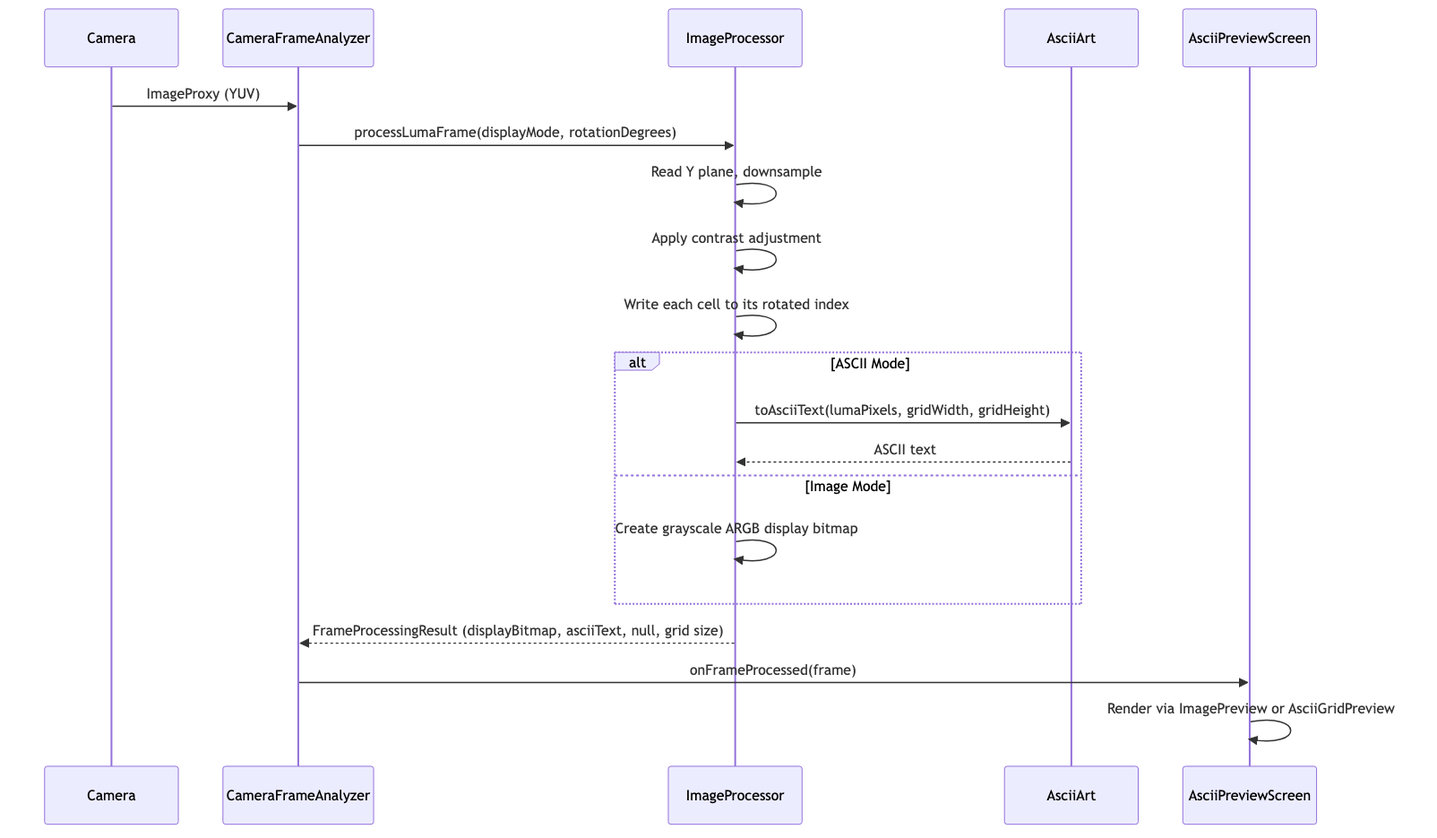
Before: docs/sequence-grayscale.png, a diagram exported from Mermaid (replicant1/AsciiArt). Its source is kept beside it as docs/sequence-grayscale.mmd.
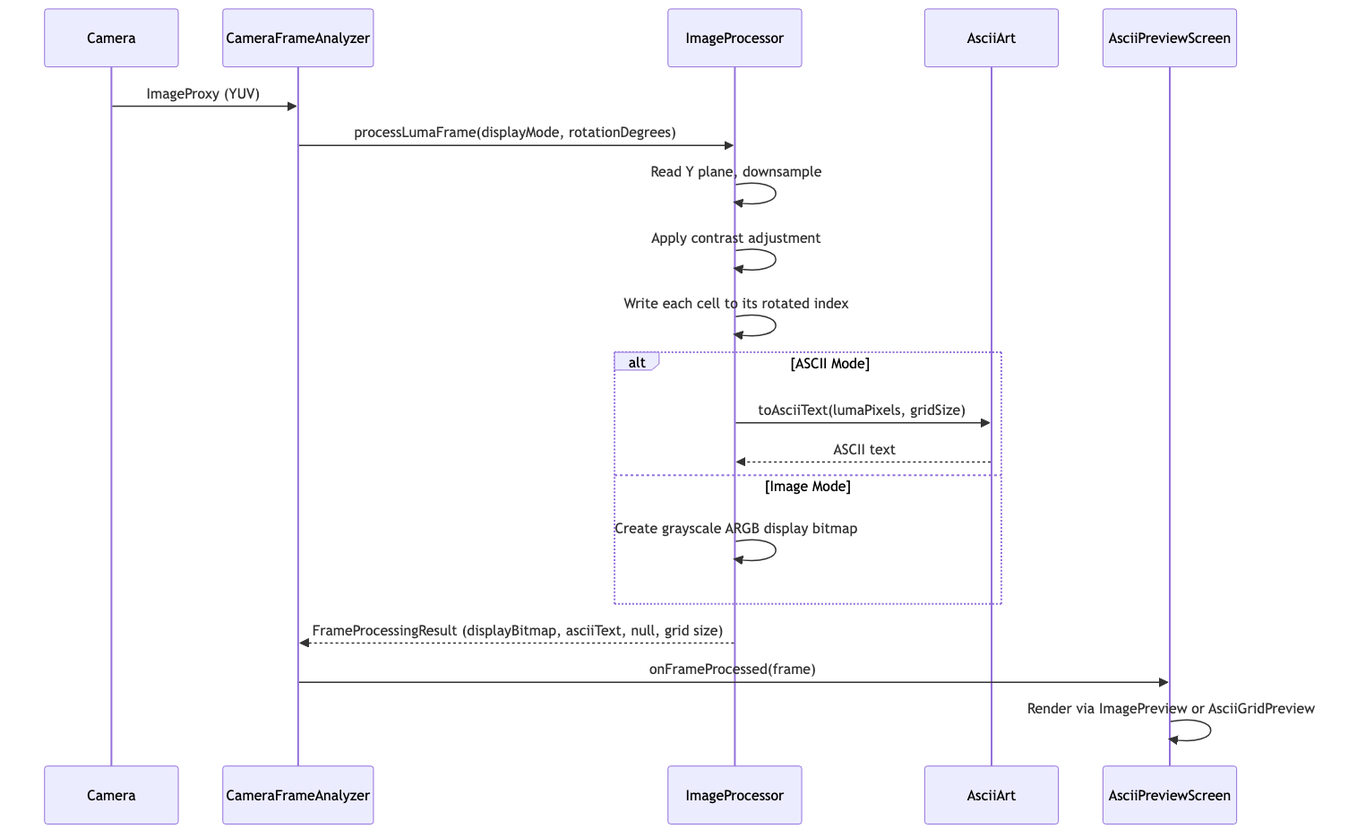
Above is the later version.

Commit message:
Document PixelGrid, PixelBuffer and GridSize

The edit, as a diff of the source:
```diff
@@ -11,7 +11,7 @@
     IP->>IP: Apply contrast adjustment
     IP->>IP: Write each cell to its rotated index
     alt ASCII Mode
-        IP->>AA: toAsciiText(lumaPixels, gridWidth, gridHeight)
+        IP->>AA: toAsciiText(lumaPixels, gridSize)
         AA-->>IP: ASCII text
     else Image Mode
         IP->>IP: Create grayscale ARGB display bitmap
```
